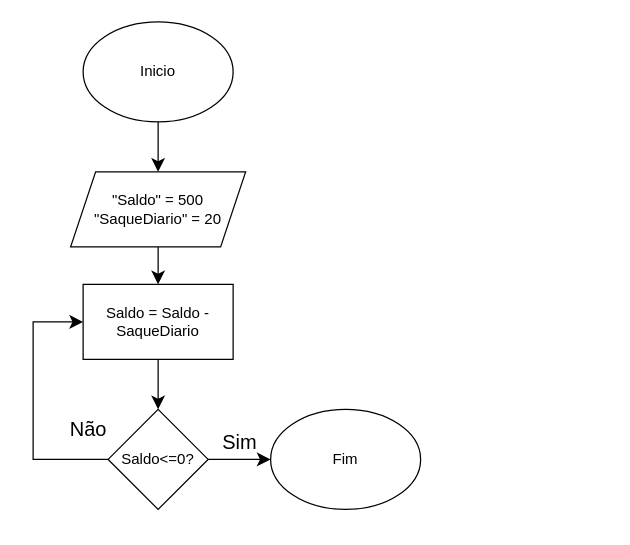
The draw.io diagram Aulas/atividade 1903/Saldo500.drawio in Mateus-FerrariF/L-gicaPrograma-aoMateus.ferrari, before the edit. Source tidied: cells renumbered, new cells numbered last; positions are measured from the earlier drawing's top-left corner, leaving out a move shared by most shapes. Both pictures are drawn from the tidied source at 125%, with x=0, y=0 at pixel (32, 21).
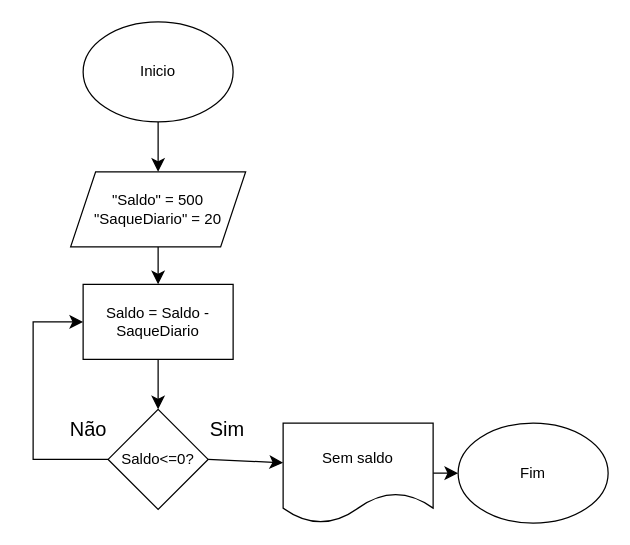
Above is the later version.

The edit, as a diff of the source:
```diff
@@
 <mxGraphModel>
   <root>
     <mxCell id="0" />
     <mxCell id="1" parent="0" />
     <mxCell id="2" style="edgeStyle=none;curved=1;rounded=0;jettySize=auto;html=1;fontSize=12;startSize=8;endSize=8;" parent="1" edge="1" source="3" target="5">
       <mxGeometry relative="1" as="geometry" />
     </mxCell>
     <mxCell id="3" value="Inicio" style="ellipse;whiteSpace=wrap;html=1;" parent="1" vertex="1">
       <mxGeometry x="40" width="120" height="80" as="geometry" />
     </mxCell>
     <mxCell id="4" style="edgeStyle=none;curved=1;rounded=0;jettySize=auto;html=1;fontSize=12;startSize=8;endSize=8;" parent="1" edge="1" source="5" target="7">
       <mxGeometry relative="1" as="geometry" />
     </mxCell>
     <mxCell id="5" value="&quot;Saldo&quot; = 500&lt;div&gt;&quot;SaqueDiario&quot; = 20&lt;/div&gt;" style="shape=parallelogram;perimeter=parallelogramPerimeter;whiteSpace=wrap;html=1;fixedSize=1;" parent="1" vertex="1">
       <mxGeometry x="30" y="120" width="140" height="60" as="geometry" />
     </mxCell>
     <mxCell id="6" style="edgeStyle=none;curved=1;rounded=0;jettySize=auto;html=1;fontSize=12;startSize=8;endSize=8;" parent="1" edge="1" source="7" target="10">
       <mxGeometry relative="1" as="geometry" />
     </mxCell>
     <mxCell id="7" value="Saldo = Saldo - SaqueDiario" style="rounded=0;whiteSpace=wrap;html=1;" parent="1" vertex="1">
       <mxGeometry x="40" y="210" width="120" height="60" as="geometry" />
     </mxCell>
-    <mxCell id="8" style="edgeStyle=none;curved=1;rounded=0;jettySize=auto;html=1;fontSize=12;startSize=8;endSize=8;" parent="1" edge="1" source="10" target="11">
-      <mxGeometry relative="1" as="geometry" />
-    </mxCell>
     <mxCell id="9" style="edgeStyle=none;curved=0;rounded=0;jettySize=auto;html=1;fontSize=12;startSize=8;endSize=8;entryX=0;entryY=0.5;entryDx=0;entryDy=0;" parent="1" edge="1" source="10" target="7">
       <mxGeometry relative="1" as="geometry">
         <Array as="points">
           <mxPoint y="350" />
           <mxPoint y="240" />
         </Array>
       </mxGeometry>
     </mxCell>
     <mxCell id="10" value="Saldo&amp;lt;=0?" style="rhombus;whiteSpace=wrap;html=1;" parent="1" vertex="1">
       <mxGeometry x="60" y="310" width="80" height="80" as="geometry" />
     </mxCell>
     <mxCell id="11" value="Fim" style="ellipse;whiteSpace=wrap;html=1;" parent="1" vertex="1">
-      <mxGeometry x="190" y="310" width="120" height="80" as="geometry" />
+      <mxGeometry x="340" y="321" width="120" height="80" as="geometry" />
     </mxCell>
     <mxCell id="12" value="Sim" style="text;html=1;align=center;verticalAlign=middle;strokeColor=none;fillColor=none;fontSize=16;" parent="1" vertex="1">
-      <mxGeometry x="140" y="321" width="50" height="30" as="geometry" />
+      <mxGeometry x="130" y="311" width="50" height="30" as="geometry" />
     </mxCell>
     <mxCell id="13" value="Não" style="text;html=1;align=center;verticalAlign=middle;strokeColor=none;fillColor=none;fontSize=16;" parent="1" vertex="1">
       <mxGeometry x="19" y="311" width="50" height="30" as="geometry" />
     </mxCell>
+    <mxCell id="14" style="edgeStyle=none;curved=1;rounded=0;jettySize=auto;html=1;fontSize=12;startSize=8;endSize=8;" parent="1" edge="1" source="15" target="11">
+      <mxGeometry relative="1" as="geometry" />
+    </mxCell>
+    <mxCell id="15" value="Sem saldo" style="shape=document;whiteSpace=wrap;html=1;boundedLbl=1;" parent="1" vertex="1">
+      <mxGeometry x="200" y="321" width="120" height="80" as="geometry" />
+    </mxCell>
+    <mxCell id="16" style="edgeStyle=none;curved=1;rounded=0;jettySize=auto;html=1;exitX=1;exitY=0.5;exitDx=0;exitDy=0;entryX=0;entryY=0.396;entryDx=0;entryDy=0;entryPerimeter=0;fontSize=12;startSize=8;endSize=8;" parent="1" edge="1" source="10" target="15">
+      <mxGeometry relative="1" as="geometry" />
+    </mxCell>
   </root>
 </mxGraphModel>
```
